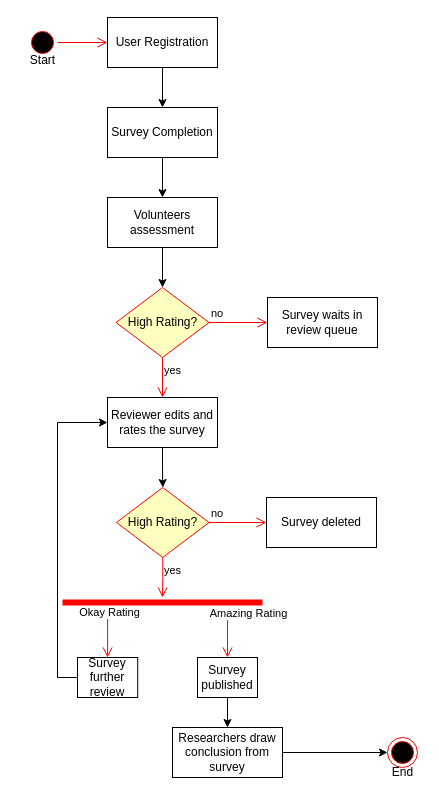
The draw.io diagram Untitled Diagram.drawio in IbDaGib/CISC-498-Capstone-Diagrams, before the edit. Source tidied: cells renumbered, new cells numbered last; positions are measured from the earlier drawing's top-left corner, leaving out a move shared by most shapes. Both pictures are drawn from the tidied source at 100%, with x=0, y=0 at pixel (17, 17).
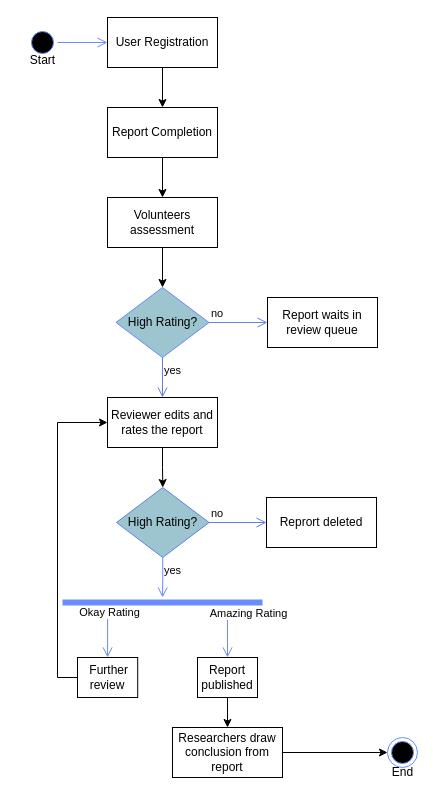
The same diagram, later.

Unchanged cells that the change refers to:
```xml
<mxCell id="2" style="group;" parent="1" vertex="1">
  <mxGeometry width="405" height="770" as="geometry" />
</mxCell>
<mxCell id="3" value="User Registration" style="html=1;whiteSpace=wrap;" parent="2" vertex="1">
  <mxGeometry x="90" width="110" height="50" as="geometry" />
</mxCell>
```

Diff of the diagram source:
```diff
@@
-    <mxCell id="4" style="ellipse;html=1;shape=startState;fillColor=#000000;strokeColor=#ff0000;" parent="2" vertex="1">
+    <mxCell id="4" style="ellipse;html=1;shape=startState;fillColor=#000000;strokeColor=#6A8CFF;" parent="2" vertex="1">
       <mxGeometry x="10" y="10" width="30" height="30" as="geometry" />
     </mxCell>
-    <mxCell id="5" style="edgeStyle=orthogonalEdgeStyle;html=1;verticalAlign=bottom;endArrow=open;endSize=8;strokeColor=#ff0000;rounded=0;entryX=0;entryY=0.5;entryDx=0;entryDy=0;" parent="2" edge="1" source="4" target="3">
+    <mxCell id="5" style="edgeStyle=orthogonalEdgeStyle;html=1;verticalAlign=bottom;endArrow=open;endSize=8;strokeColor=#6A8CFF;rounded=0;entryX=0;entryY=0.5;entryDx=0;entryDy=0;" parent="2" edge="1" source="4" target="3">
       <mxGeometry relative="1" as="geometry" />
     </mxCell>
@@
-    <mxCell id="7" value="Survey Completion" style="html=1;whiteSpace=wrap;" parent="2" vertex="1">
+    <mxCell id="7" value="Report Completion" style="html=1;whiteSpace=wrap;" parent="2" vertex="1">
       <mxGeometry x="90" y="90" width="110" height="50" as="geometry" />
     </mxCell>
@@
-    <mxCell id="11" value="High Rating?" style="rhombus;whiteSpace=wrap;html=1;fontColor=#000000;fillColor=#ffffc0;strokeColor=#ff0000;" parent="2" vertex="1">
+    <mxCell id="11" value="High Rating?" style="rhombus;whiteSpace=wrap;html=1;fontColor=#000000;fillColor=#9DC5D0;strokeColor=#6889FA;" parent="2" vertex="1">
       <mxGeometry x="98.5" y="270" width="93" height="70" as="geometry" />
     </mxCell>
@@
-    <mxCell id="13" value="no" style="edgeStyle=orthogonalEdgeStyle;html=1;align=left;verticalAlign=bottom;endArrow=open;endSize=8;strokeColor=#ff0000;rounded=0;entryX=0;entryY=0.5;entryDx=0;entryDy=0;" parent="2" edge="1" source="11" target="15">
+    <mxCell id="13" value="no" style="edgeStyle=orthogonalEdgeStyle;html=1;align=left;verticalAlign=bottom;endArrow=open;endSize=8;strokeColor=#6382ED;rounded=0;entryX=0;entryY=0.5;entryDx=0;entryDy=0;" parent="2" edge="1" source="11" target="15">
       <mxGeometry x="-1" relative="1" as="geometry" />
     </mxCell>
-    <mxCell id="14" value="yes" style="edgeStyle=orthogonalEdgeStyle;html=1;align=left;verticalAlign=top;endArrow=open;endSize=8;strokeColor=#ff0000;rounded=0;entryX=0.5;entryY=0;entryDx=0;entryDy=0;" parent="2" edge="1" source="11" target="16">
+    <mxCell id="14" value="yes" style="edgeStyle=orthogonalEdgeStyle;html=1;align=left;verticalAlign=top;endArrow=open;endSize=8;strokeColor=#5F7CE3;rounded=0;entryX=0.5;entryY=0;entryDx=0;entryDy=0;" parent="2" edge="1" source="11" target="16">
       <mxGeometry x="-1" relative="1" as="geometry" />
     </mxCell>
-    <mxCell id="15" value="Survey waits in review queue" style="html=1;whiteSpace=wrap;" parent="2" vertex="1">
+    <mxCell id="15" value="Report waits in review queue" style="html=1;whiteSpace=wrap;" parent="2" vertex="1">
       <mxGeometry x="250" y="280" width="110" height="50" as="geometry" />
     </mxCell>
-    <mxCell id="16" value="Reviewer edits and rates the survey" style="html=1;whiteSpace=wrap;" parent="2" vertex="1">
+    <mxCell id="16" value="Reviewer edits and rates the report" style="html=1;whiteSpace=wrap;" parent="2" vertex="1">
       <mxGeometry x="90" y="380" width="110" height="50" as="geometry" />
     </mxCell>
-    <mxCell id="17" value="High Rating?" style="rhombus;whiteSpace=wrap;html=1;fontColor=#000000;fillColor=#ffffc0;strokeColor=#ff0000;" parent="2" vertex="1">
+    <mxCell id="17" value="High Rating?" style="rhombus;whiteSpace=wrap;html=1;fontColor=#000000;fillColor=#9DC5D0;strokeColor=#617FE8;" parent="2" vertex="1">
       <mxGeometry x="99" y="470" width="92.5" height="70" as="geometry" />
     </mxCell>
@@
-    <mxCell id="19" value="no" style="edgeStyle=orthogonalEdgeStyle;html=1;align=left;verticalAlign=bottom;endArrow=open;endSize=8;strokeColor=#ff0000;rounded=0;entryX=0;entryY=0.5;entryDx=0;entryDy=0;" parent="2" edge="1" source="17" target="21">
+    <mxCell id="19" value="no" style="edgeStyle=orthogonalEdgeStyle;html=1;align=left;verticalAlign=bottom;endArrow=open;endSize=8;strokeColor=#617FE8;rounded=0;entryX=0;entryY=0.5;entryDx=0;entryDy=0;" parent="2" edge="1" source="17" target="21">
       <mxGeometry x="-1" relative="1" as="geometry" />
     </mxCell>
-    <mxCell id="20" value="yes" style="edgeStyle=orthogonalEdgeStyle;html=1;align=left;verticalAlign=top;endArrow=open;endSize=8;strokeColor=#ff0000;rounded=0;exitX=0.5;exitY=1;exitDx=0;exitDy=0;" parent="2" edge="1" source="17" target="22">
+    <mxCell id="20" value="yes" style="edgeStyle=orthogonalEdgeStyle;html=1;align=left;verticalAlign=top;endArrow=open;endSize=8;strokeColor=#698AFC;rounded=0;exitX=0.5;exitY=1;exitDx=0;exitDy=0;" parent="2" edge="1" source="17" target="22">
       <mxGeometry x="-1" relative="1" as="geometry" />
     </mxCell>
-    <mxCell id="21" value="Survey deleted" style="html=1;whiteSpace=wrap;" parent="2" vertex="1">
+    <mxCell id="21" value="Reprort deleted" style="html=1;whiteSpace=wrap;" parent="2" vertex="1">
       <mxGeometry x="249" y="480" width="110" height="50" as="geometry" />
     </mxCell>
-    <mxCell id="22" style="shape=line;html=1;strokeWidth=6;strokeColor=#ff0000;" parent="2" vertex="1">
+    <mxCell id="22" style="shape=line;html=1;strokeWidth=6;strokeColor=#6A8CFF;" parent="2" vertex="1">
       <mxGeometry x="45" y="580" width="200" height="10" as="geometry" />
     </mxCell>
-    <mxCell id="23" style="edgeStyle=orthogonalEdgeStyle;html=1;verticalAlign=bottom;endArrow=open;endSize=8;strokeColor=#ff0000;rounded=0;entryX=0.5;entryY=0;entryDx=0;entryDy=0;" parent="2" edge="1" source="22" target="29">
+    <mxCell id="23" style="edgeStyle=orthogonalEdgeStyle;html=1;verticalAlign=bottom;endArrow=open;endSize=8;strokeColor=#698AFC;rounded=0;entryX=0.5;entryY=0;entryDx=0;entryDy=0;" parent="2" edge="1" source="22" target="29">
       <mxGeometry relative="1" as="geometry">
         <Array as="points">
           <mxPoint x="90" y="640" />
         </Array>
       </mxGeometry>
     </mxCell>
@@
-    <mxCell id="25" style="edgeStyle=orthogonalEdgeStyle;html=1;verticalAlign=bottom;endArrow=open;endSize=8;strokeColor=#ff0000;rounded=0;exitX=0.825;exitY=1;exitDx=0;exitDy=0;exitPerimeter=0;entryX=0.5;entryY=0;entryDx=0;entryDy=0;" parent="2" edge="1" source="22" target="27">
+    <mxCell id="25" style="edgeStyle=orthogonalEdgeStyle;html=1;verticalAlign=bottom;endArrow=open;endSize=8;strokeColor=#6A8CFF;rounded=0;exitX=0.825;exitY=1;exitDx=0;exitDy=0;exitPerimeter=0;entryX=0.5;entryY=0;entryDx=0;entryDy=0;" parent="2" edge="1" source="22" target="27">
       <mxGeometry relative="1" as="geometry" />
     </mxCell>
@@
-    <mxCell id="27" value="Survey published" style="html=1;whiteSpace=wrap;" parent="2" vertex="1">
+    <mxCell id="27" value="Report published" style="html=1;whiteSpace=wrap;" parent="2" vertex="1">
       <mxGeometry x="180" y="640" width="60" height="40" as="geometry" />
     </mxCell>
@@
-    <mxCell id="29" value="Survey further review" style="html=1;whiteSpace=wrap;" parent="2" vertex="1">
+    <mxCell id="29" value="&amp;nbsp;Further review" style="html=1;whiteSpace=wrap;" parent="2" vertex="1">
       <mxGeometry x="60" y="640" width="60.2" height="40" as="geometry" />
     </mxCell>
-    <mxCell id="30" value="Researchers draw conclusion from survey" style="html=1;whiteSpace=wrap;" parent="2" vertex="1">
+    <mxCell id="30" value="Researchers draw conclusion from report" style="html=1;whiteSpace=wrap;" parent="2" vertex="1">
       <mxGeometry x="155" y="710" width="110" height="50" as="geometry" />
     </mxCell>
@@
-    <mxCell id="32" style="ellipse;html=1;shape=endState;fillColor=#000000;strokeColor=#ff0000;" parent="2" vertex="1">
+    <mxCell id="32" style="ellipse;html=1;shape=endState;fillColor=#000000;strokeColor=#6A8CFF;" parent="2" vertex="1">
       <mxGeometry x="370" y="720" width="30" height="30" as="geometry" />
     </mxCell>
```
